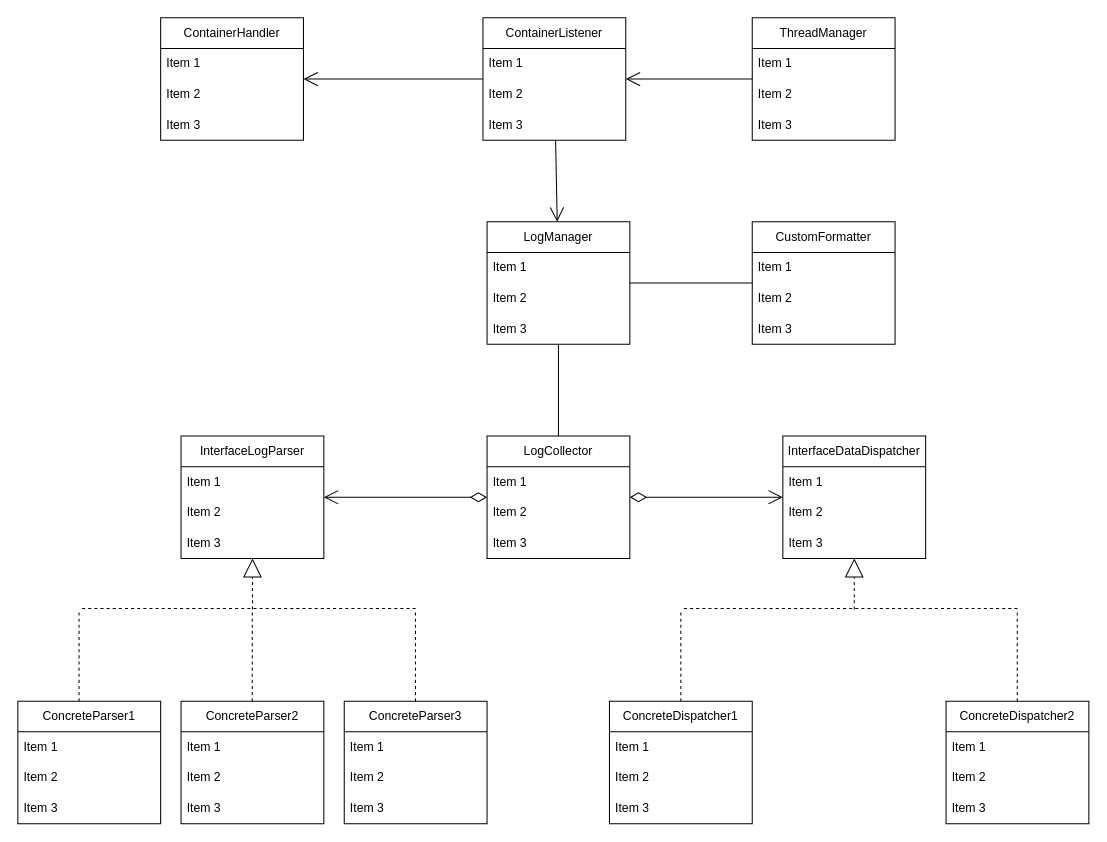
Above: page "Diagramma delle classi Logger" (2 of 2) of Diagrammi.drawio in Peric01/Documentazione-Stage-Eurosystem (draw.io), before the change. Source tidied: cells renumbered, new cells numbered last; positions are measured from the earlier drawing's top-left corner, leaving out a move shared by most shapes. Both pictures are drawn from the tidied source at 102%, with x=0, y=0 at pixel (17, 17).
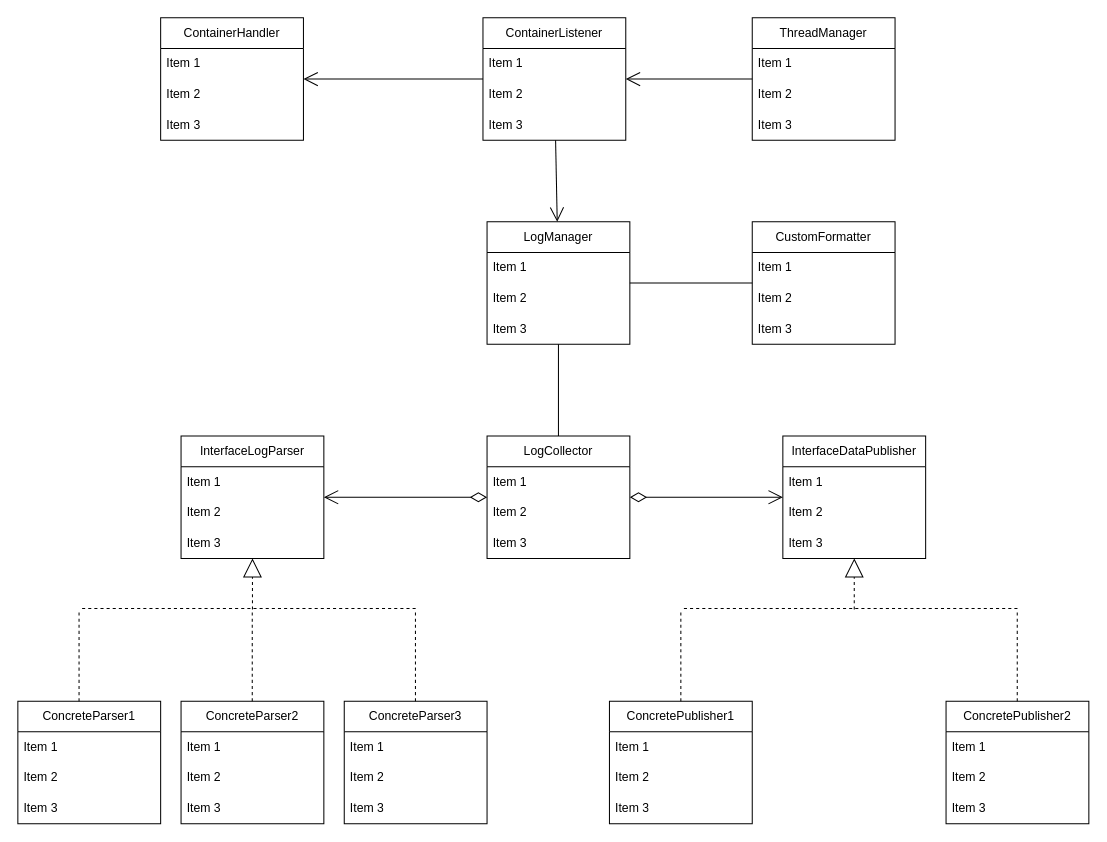
The same diagram, later.

Commit message:
Aggiornato diagramma delle classi

Change to the diagram source:
```diff
@@
-    <mxCell id="27" value="InterfaceDataDispatcher" style="swimlane;fontStyle=0;horizontal=1;startSize=30;whiteSpace=wrap;html=1;" parent="1" vertex="1">
+    <mxCell id="27" value="InterfaceDataPublisher" style="swimlane;fontStyle=0;horizontal=1;startSize=30;whiteSpace=wrap;html=1;" parent="1" vertex="1">
       <mxGeometry x="750" y="410" width="140" height="120" as="geometry" />
     </mxCell>
@@
-    <mxCell id="31" value="ConcreteDispatcher1" style="swimlane;fontStyle=0;horizontal=1;startSize=30;whiteSpace=wrap;html=1;" parent="1" vertex="1">
+    <mxCell id="31" value="ConcretePublisher1" style="swimlane;fontStyle=0;horizontal=1;startSize=30;whiteSpace=wrap;html=1;" parent="1" vertex="1">
       <mxGeometry x="580" y="670" width="140" height="120" as="geometry" />
     </mxCell>
@@
-    <mxCell id="35" value="ConcreteDispatcher2" style="swimlane;fontStyle=0;horizontal=1;startSize=30;whiteSpace=wrap;html=1;" parent="1" vertex="1">
+    <mxCell id="35" value="ConcretePublisher2" style="swimlane;fontStyle=0;horizontal=1;startSize=30;whiteSpace=wrap;html=1;" parent="1" vertex="1">
       <mxGeometry x="910" y="670" width="140" height="120" as="geometry" />
     </mxCell>
```
